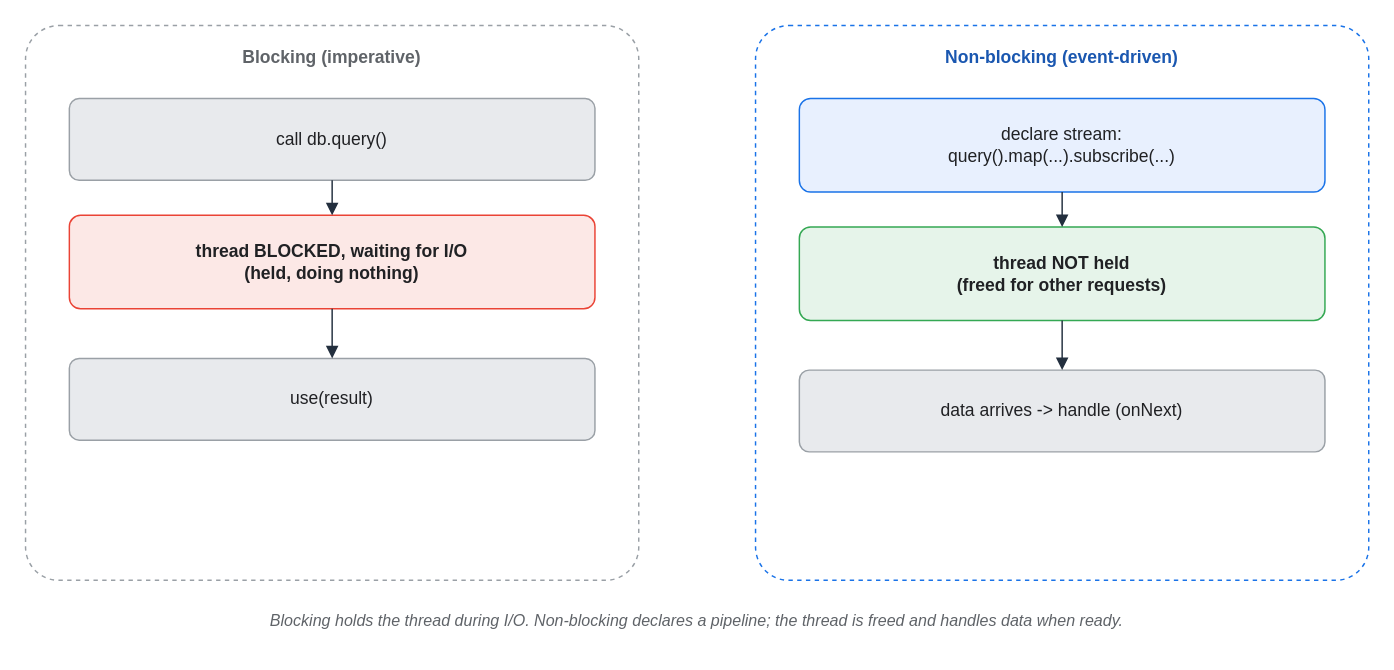
Above: assets/img/spring/spring-09-blocking-vs-reactive.drawio in KKamJi98/kkamji98.github.io (draw.io), before the change. Source tidied: cells renumbered, new cells numbered last; positions are measured from the earlier drawing's top-left corner, leaving out a move shared by most shapes. Both pictures are drawn from the tidied source at 146%, with x=0, y=0 at pixel (25, 25).
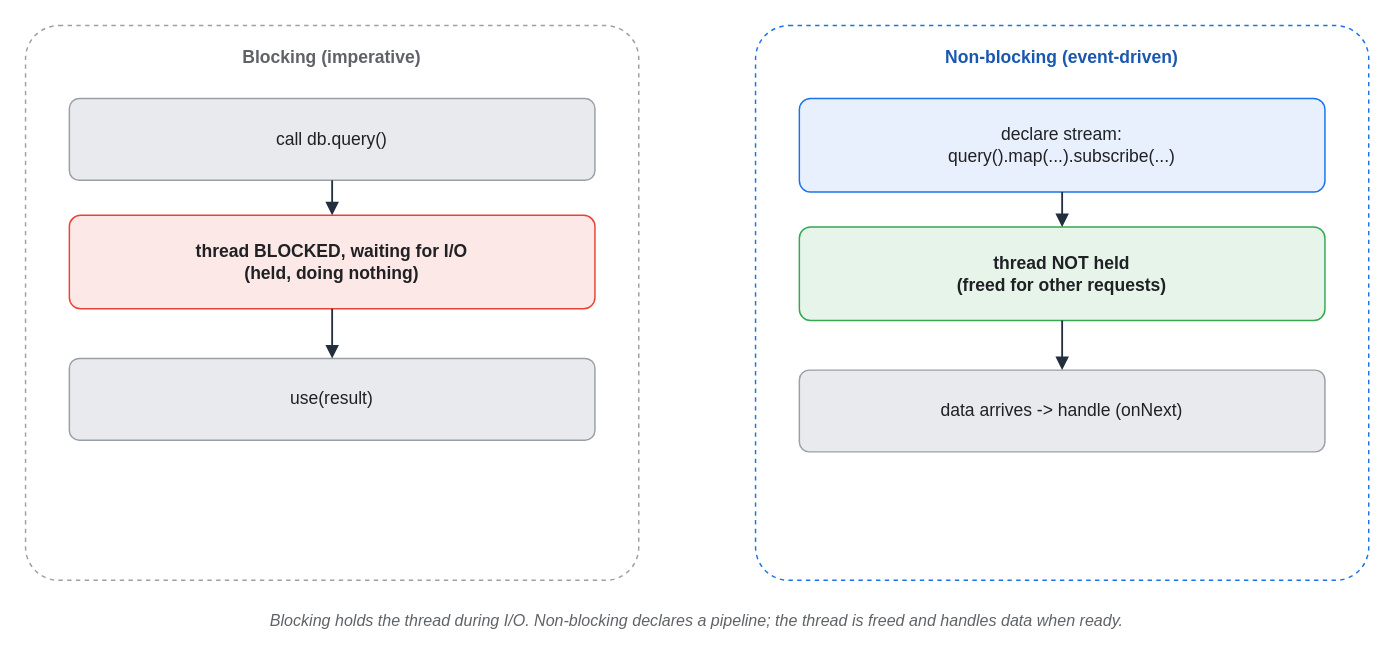
Above is the later version.

The edit, as a diff of the source:
```diff
@@
 <mxGraphModel background="#FFFFFF">
   <root>
     <mxCell id="0" />
     <mxCell id="1" parent="0" />
-    <mxCell id="2" value="Blocking (imperative)" style="rounded=1;whiteSpace=wrap;html=1;arcSize=6;shadow=0;fillColor=#FFFFFF;strokeColor=#9AA0A6;fontColor=#5F6368;fontStyle=1;verticalAlign=top;align=center;dashed=1;spacingTop=8;" parent="1" vertex="1">
+    <mxCell id="2" value="Blocking (imperative)" style="rounded=1;whiteSpace=wrap;html=0;arcSize=6;shadow=0;fillColor=#FFFFFF;strokeColor=#9AA0A6;fontColor=#5F6368;fontStyle=1;verticalAlign=top;align=center;dashed=1;spacingTop=8;" parent="1" vertex="1">
       <mxGeometry width="420" height="380" as="geometry" />
     </mxCell>
-    <mxCell id="3" value="Non-blocking (event-driven)" style="rounded=1;whiteSpace=wrap;html=1;arcSize=6;shadow=0;fillColor=#FFFFFF;strokeColor=#1A73E8;fontColor=#1A57B0;fontStyle=1;verticalAlign=top;align=center;dashed=1;spacingTop=8;" parent="1" vertex="1">
+    <mxCell id="3" value="Non-blocking (event-driven)" style="rounded=1;whiteSpace=wrap;html=0;arcSize=6;shadow=0;fillColor=#FFFFFF;strokeColor=#1A73E8;fontColor=#1A57B0;fontStyle=1;verticalAlign=top;align=center;dashed=1;spacingTop=8;" parent="1" vertex="1">
       <mxGeometry x="500" width="420" height="380" as="geometry" />
     </mxCell>
-    <mxCell id="4" value="call db.query()" style="rounded=1;whiteSpace=wrap;html=1;arcSize=12;shadow=0;fillColor=#E8EAED;strokeColor=#9AA0A6;fontColor=#202124;" parent="1" vertex="1">
+    <mxCell id="4" value="call db.query()" style="rounded=1;whiteSpace=wrap;html=0;arcSize=12;shadow=0;fillColor=#E8EAED;strokeColor=#9AA0A6;fontColor=#202124;" parent="1" vertex="1">
       <mxGeometry x="30" y="50" width="360" height="56" as="geometry" />
     </mxCell>
-    <mxCell id="5" value="thread BLOCKED, waiting for I/O&#10;(held, doing nothing)" style="rounded=1;whiteSpace=wrap;html=1;arcSize=12;shadow=0;fillColor=#FCE8E6;strokeColor=#EA4335;fontColor=#202124;fontStyle=1;" parent="1" vertex="1">
+    <mxCell id="5" value="thread BLOCKED, waiting for I/O&#10;(held, doing nothing)" style="rounded=1;whiteSpace=wrap;html=0;arcSize=12;shadow=0;fillColor=#FCE8E6;strokeColor=#EA4335;fontColor=#202124;fontStyle=1;" parent="1" vertex="1">
       <mxGeometry x="30" y="130" width="360" height="64" as="geometry" />
     </mxCell>
-    <mxCell id="6" value="use(result)" style="rounded=1;whiteSpace=wrap;html=1;arcSize=12;shadow=0;fillColor=#E8EAED;strokeColor=#9AA0A6;fontColor=#202124;" parent="1" vertex="1">
+    <mxCell id="6" value="use(result)" style="rounded=1;whiteSpace=wrap;html=0;arcSize=12;shadow=0;fillColor=#E8EAED;strokeColor=#9AA0A6;fontColor=#202124;" parent="1" vertex="1">
       <mxGeometry x="30" y="228" width="360" height="56" as="geometry" />
     </mxCell>
-    <mxCell id="7" value="declare stream:&#10;query().map(...).subscribe(...)" style="rounded=1;whiteSpace=wrap;html=1;arcSize=12;shadow=0;fillColor=#E8F0FE;strokeColor=#1A73E8;fontColor=#202124;" parent="1" vertex="1">
+    <mxCell id="7" value="declare stream:&#10;query().map(...).subscribe(...)" style="rounded=1;whiteSpace=wrap;html=0;arcSize=12;shadow=0;fillColor=#E8F0FE;strokeColor=#1A73E8;fontColor=#202124;" parent="1" vertex="1">
       <mxGeometry x="530" y="50" width="360" height="64" as="geometry" />
     </mxCell>
-    <mxCell id="8" value="thread NOT held&#10;(freed for other requests)" style="rounded=1;whiteSpace=wrap;html=1;arcSize=12;shadow=0;fillColor=#E6F4EA;strokeColor=#34A853;fontColor=#202124;fontStyle=1;" parent="1" vertex="1">
+    <mxCell id="8" value="thread NOT held&#10;(freed for other requests)" style="rounded=1;whiteSpace=wrap;html=0;arcSize=12;shadow=0;fillColor=#E6F4EA;strokeColor=#34A853;fontColor=#202124;fontStyle=1;" parent="1" vertex="1">
       <mxGeometry x="530" y="138" width="360" height="64" as="geometry" />
     </mxCell>
-    <mxCell id="9" value="data arrives -&gt; handle (onNext)" style="rounded=1;whiteSpace=wrap;html=1;arcSize=12;shadow=0;fillColor=#E8EAED;strokeColor=#9AA0A6;fontColor=#202124;" parent="1" vertex="1">
+    <mxCell id="9" value="data arrives -&gt; handle (onNext)" style="rounded=1;whiteSpace=wrap;html=0;arcSize=12;shadow=0;fillColor=#E8EAED;strokeColor=#9AA0A6;fontColor=#202124;" parent="1" vertex="1">
       <mxGeometry x="530" y="236" width="360" height="56" as="geometry" />
     </mxCell>
-    <mxCell id="10" value="Blocking holds the thread during I/O. Non-blocking declares a pipeline; the thread is freed and handles data when ready." style="text;html=1;align=center;verticalAlign=middle;whiteSpace=wrap;fontSize=11;fontColor=#5F6368;fontStyle=2;" parent="1" vertex="1">
+    <mxCell id="10" value="Blocking holds the thread during I/O. Non-blocking declares a pipeline; the thread is freed and handles data when ready." style="text;html=0;align=center;verticalAlign=middle;whiteSpace=wrap;fontSize=11;fontColor=#5F6368;fontStyle=2;" parent="1" vertex="1">
       <mxGeometry x="20" y="392" width="880" height="32" as="geometry" />
     </mxCell>
-    <mxCell id="11" style="edgeStyle=orthogonalEdgeStyle;rounded=1;html=1;strokeColor=#232F3E;fontColor=#232F3E;labelBackgroundColor=none;endArrow=block;exitX=0.5;exitY=1;exitDx=0;exitDy=0;entryX=0.5;entryY=0;entryDx=0;entryDy=0;" parent="1" edge="1" source="4" target="5">
+    <mxCell id="11" style="edgeStyle=orthogonalEdgeStyle;rounded=1;html=0;strokeColor=#232F3E;fontColor=#232F3E;labelBackgroundColor=none;endArrow=block;exitX=0.5;exitY=1;exitDx=0;exitDy=0;entryX=0.5;entryY=0;entryDx=0;entryDy=0;strokeWidth=1.25;" parent="1" edge="1" source="4" target="5">
       <mxGeometry relative="1" as="geometry" />
     </mxCell>
-    <mxCell id="12" style="edgeStyle=orthogonalEdgeStyle;rounded=1;html=1;strokeColor=#232F3E;fontColor=#232F3E;labelBackgroundColor=none;endArrow=block;exitX=0.5;exitY=1;exitDx=0;exitDy=0;entryX=0.5;entryY=0;entryDx=0;entryDy=0;" parent="1" edge="1" source="5" target="6">
+    <mxCell id="12" style="edgeStyle=orthogonalEdgeStyle;rounded=1;html=0;strokeColor=#232F3E;fontColor=#232F3E;labelBackgroundColor=none;endArrow=block;exitX=0.5;exitY=1;exitDx=0;exitDy=0;entryX=0.5;entryY=0;entryDx=0;entryDy=0;strokeWidth=1.25;" parent="1" edge="1" source="5" target="6">
       <mxGeometry relative="1" as="geometry" />
     </mxCell>
-    <mxCell id="13" style="edgeStyle=orthogonalEdgeStyle;rounded=1;html=1;strokeColor=#232F3E;fontColor=#232F3E;labelBackgroundColor=none;endArrow=block;exitX=0.5;exitY=1;exitDx=0;exitDy=0;entryX=0.5;entryY=0;entryDx=0;entryDy=0;" parent="1" edge="1" source="7" target="8">
+    <mxCell id="13" style="edgeStyle=orthogonalEdgeStyle;rounded=1;html=0;strokeColor=#232F3E;fontColor=#232F3E;labelBackgroundColor=none;endArrow=block;exitX=0.5;exitY=1;exitDx=0;exitDy=0;entryX=0.5;entryY=0;entryDx=0;entryDy=0;strokeWidth=1.25;" parent="1" edge="1" source="7" target="8">
       <mxGeometry relative="1" as="geometry" />
     </mxCell>
-    <mxCell id="14" style="edgeStyle=orthogonalEdgeStyle;rounded=1;html=1;strokeColor=#232F3E;fontColor=#232F3E;labelBackgroundColor=none;endArrow=block;exitX=0.5;exitY=1;exitDx=0;exitDy=0;entryX=0.5;entryY=0;entryDx=0;entryDy=0;" parent="1" edge="1" source="8" target="9">
+    <mxCell id="14" style="edgeStyle=orthogonalEdgeStyle;rounded=1;html=0;strokeColor=#232F3E;fontColor=#232F3E;labelBackgroundColor=none;endArrow=block;exitX=0.5;exitY=1;exitDx=0;exitDy=0;entryX=0.5;entryY=0;entryDx=0;entryDy=0;strokeWidth=1.25;" parent="1" edge="1" source="8" target="9">
       <mxGeometry relative="1" as="geometry" />
     </mxCell>
   </root>
 </mxGraphModel>
```
